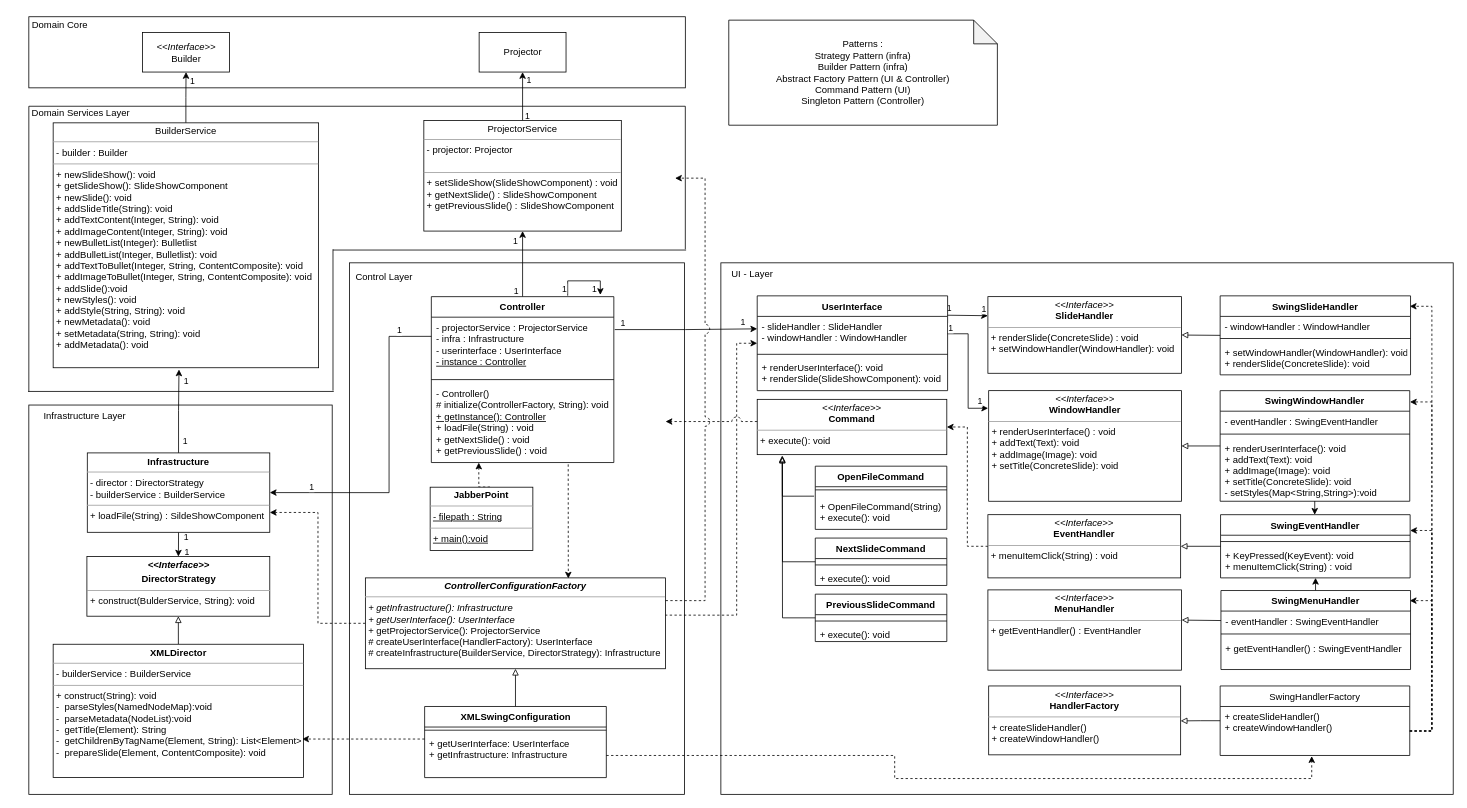
Earlier version of the draw.io diagram Diagrams/NewDesign/Design without feature/LayersDesign.drawio (maartendekker1998/OU_jabberpoint). Source tidied: cells renumbered, new cells numbered last; positions are measured from the earlier drawing's top-left corner, leaving out a move shared by most shapes. Both pictures are drawn from the tidied source at 79%, with x=0, y=0 at pixel (13, 13).
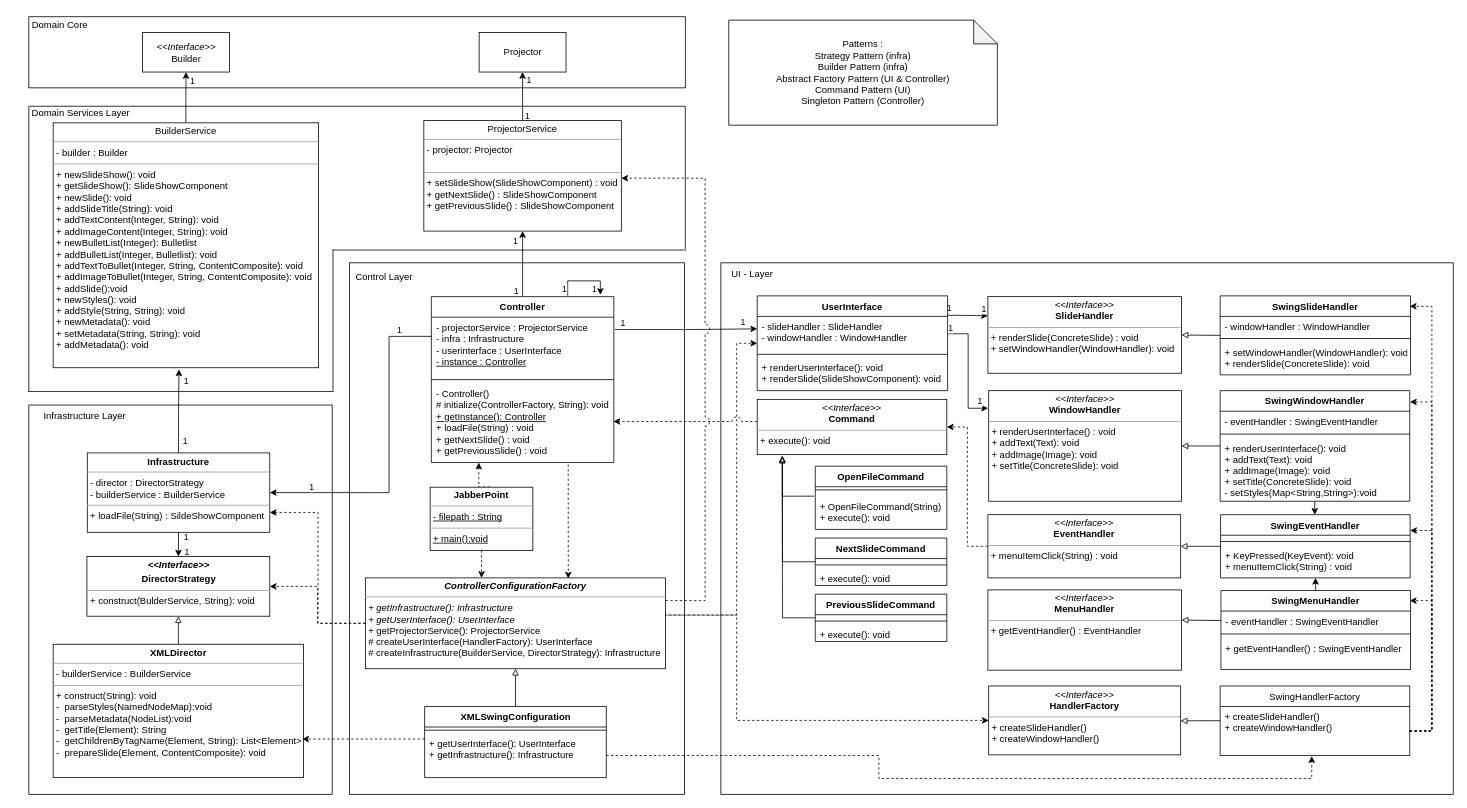
Above is the later version.

Unchanged cells that the change refers to:
```xml
<mxCell id="28" value="&lt;p style=&quot;margin:0px;margin-top:4px;text-align:center;&quot;&gt;ProjectorService&lt;/p&gt;&lt;hr size=&quot;1&quot;&gt;&lt;p style=&quot;margin:0px;margin-left:4px;&quot;&gt;- projector: Projector&lt;/p&gt;&lt;p style=&quot;margin:0px;margin-left:4px;&quot;&gt;&lt;br&gt;&lt;/p&gt;&lt;hr size=&quot;1&quot;&gt;&lt;p style=&quot;margin:0px;margin-left:4px;&quot;&gt;+ setSlideShow(SlideShowComponent) : void&lt;/p&gt;&lt;p style=&quot;margin:0px;margin-left:4px;&quot;&gt;+ getNextSlide() : SlideShowComponent&lt;/p&gt;&lt;p style=&quot;margin:0px;margin-left:4px;&quot;&gt;+ getPreviousSlide() : SlideShowComponent&lt;/p&gt;" style="verticalAlign=top;align=left;overflow=fill;fontSize=12;fontFamily=Helvetica;html=1;" parent="1" vertex="1">
  <mxGeometry x="519" y="135" width="250" height="140" as="geometry" />
</mxCell>
<mxCell id="68" value="&lt;p style=&quot;margin:0px;margin-top:4px;text-align:center;&quot;&gt;&lt;b&gt;&lt;i&gt;&amp;lt;&amp;lt;Interface&amp;gt;&amp;gt;&lt;/i&gt;&lt;/b&gt;&lt;/p&gt;&lt;p style=&quot;margin:0px;margin-top:4px;text-align:center;&quot;&gt;&lt;b&gt;DirectorStrategy&lt;/b&gt;&lt;/p&gt;&lt;hr size=&quot;1&quot;&gt;&lt;p style=&quot;margin:0px;margin-left:4px;&quot;&gt;&lt;/p&gt;&lt;p style=&quot;margin:0px;margin-left:4px;&quot;&gt;&lt;span style=&quot;background-color: initial;&quot;&gt;+ construct(BulderService, String): void&lt;/span&gt;&lt;/p&gt;" style="verticalAlign=top;align=left;overflow=fill;fontSize=12;fontFamily=Helvetica;html=1;" parent="1" vertex="1">
  <mxGeometry x="92.5" y="687" width="231.5" height="75.5" as="geometry" />
</mxCell>
<mxCell id="71" value="&lt;p style=&quot;margin:0px;margin-top:4px;text-align:center;&quot;&gt;&lt;i&gt;&amp;lt;&amp;lt;Interface&amp;gt;&amp;gt;&lt;/i&gt;&lt;br&gt;&lt;b&gt;HandlerFactory&lt;/b&gt;&lt;/p&gt;&lt;hr size=&quot;1&quot;&gt;&lt;p style=&quot;margin:0px;margin-left:4px;&quot;&gt;&lt;span style=&quot;background-color: initial;&quot;&gt;+ createSlideHandler()&lt;/span&gt;&lt;br&gt;&lt;/p&gt;&lt;p style=&quot;margin:0px;margin-left:4px;&quot;&gt;+ createWindowHandler()&lt;/p&gt;" style="verticalAlign=top;align=left;overflow=fill;fontSize=12;fontFamily=Helvetica;html=1;" parent="1" vertex="1">
  <mxGeometry x="1234" y="850.8" width="243" height="87.2" as="geometry" />
</mxCell>
<mxCell id="78" value="+ createSlideHandler()&#10;+ createWindowHandler()" style="text;strokeColor=none;fillColor=none;align=left;verticalAlign=top;spacingLeft=4;spacingRight=4;overflow=hidden;points=[[0,0.5],[1,0.5]];portConstraint=eastwest;" parent="77" vertex="1">
  <mxGeometry y="26" width="240" height="62" as="geometry" />
</mxCell>
<mxCell id="90" value="&lt;p style=&quot;margin:0px;margin-top:4px;text-align:center;&quot;&gt;&lt;b&gt;&lt;i&gt;ControllerConfigurationFactory&lt;/i&gt;&lt;/b&gt;&lt;/p&gt;&lt;hr size=&quot;1&quot;&gt;&lt;p style=&quot;margin:0px;margin-left:4px;&quot;&gt;&lt;/p&gt;&lt;p style=&quot;margin:0px;margin-left:4px;&quot;&gt;&lt;i&gt;+ getInfrastructure(): Infrastructure&lt;/i&gt;&lt;/p&gt;&lt;p style=&quot;margin:0px;margin-left:4px;&quot;&gt;&lt;i&gt;+ getUserInterface(): UserInterface&lt;/i&gt;&lt;/p&gt;&lt;p style=&quot;margin:0px;margin-left:4px;&quot;&gt;+ getProjectorService(): ProjectorService&lt;/p&gt;&lt;p style=&quot;margin:0px;margin-left:4px;&quot;&gt;# createUserInterface(HandlerFactory): UserInterface&lt;/p&gt;&lt;p style=&quot;margin:0px;margin-left:4px;&quot;&gt;# createInfrastructure(BuilderService, DirectorStrategy): Infrastructure&lt;/p&gt;" style="verticalAlign=top;align=left;overflow=fill;fontSize=12;fontFamily=Helvetica;html=1;" parent="1" vertex="1">
  <mxGeometry x="445" y="714" width="380" height="115" as="geometry" />
</mxCell>
<mxCell id="94" value="XMLSwingConfiguration" style="swimlane;fontStyle=1;align=center;verticalAlign=top;horizontal=1;startSize=26;html=1;" parent="1" vertex="1">
  <mxGeometry x="520" y="876.8" width="230" height="90" as="geometry" />
</mxCell>
<mxCell id="97" value="&lt;p style=&quot;margin:0px;margin-top:4px;text-align:center;&quot;&gt;&lt;b style=&quot;background-color: initial;&quot;&gt;JabberPoint&lt;/b&gt;&lt;br&gt;&lt;/p&gt;&lt;hr size=&quot;1&quot;&gt;&lt;p style=&quot;margin:0px;margin-left:4px;&quot;&gt;&lt;u&gt;- filepath : String&lt;/u&gt;&lt;/p&gt;&lt;hr size=&quot;1&quot;&gt;&lt;p style=&quot;margin:0px;margin-left:4px;&quot;&gt;&lt;span style=&quot;background-color: initial;&quot;&gt;&lt;u&gt;+ main():void&lt;/u&gt;&lt;/span&gt;&lt;/p&gt;" style="verticalAlign=top;align=left;overflow=fill;fontSize=12;fontFamily=Helvetica;html=1;" parent="1" vertex="1">
  <mxGeometry x="527" y="599.2" width="130" height="80" as="geometry" />
</mxCell>
```

Change to the diagram source:
```diff
@@
+    <mxCell id="129" style="edgeStyle=orthogonalEdgeStyle;rounded=0;jettySize=auto;html=1;entryX=0;entryY=0.5;entryDx=0;entryDy=0;dashed=1;" parent="1" edge="1" target="71">
+      <mxGeometry relative="1" as="geometry">
+        <mxPoint x="825" y="758" as="sourcePoint" />
+        <Array as="points">
+          <mxPoint x="825" y="761" />
+          <mxPoint x="915" y="761" />
+          <mxPoint x="915" y="894" />
+        </Array>
+      </mxGeometry>
+    </mxCell>
+    <mxCell id="130" style="edgeStyle=orthogonalEdgeStyle;rounded=0;jettySize=auto;html=1;entryX=1;entryY=0.5;entryDx=0;entryDy=0;dashed=1;" parent="1" edge="1" source="90" target="68">
+      <mxGeometry relative="1" as="geometry" />
+    </mxCell>
@@
     <mxCell id="92" style="edgeStyle=orthogonalEdgeStyle;rounded=0;jettySize=auto;html=1;entryX=0.483;entryY=1.014;entryDx=0;entryDy=0;entryPerimeter=0;dashed=1;startArrow=none;startFill=0;endArrow=classic;endFill=1;exitX=1;exitY=0.5;exitDx=0;exitDy=0;" parent="1" edge="1" source="96" target="78">
       <mxGeometry relative="1" as="geometry">
         <Array as="points">
-          <mxPoint x="1115" y="939" />
-          <mxPoint x="1115" y="968" />
+          <mxPoint x="1095" y="939" />
+          <mxPoint x="1095" y="968" />
           <mxPoint x="1643" y="968" />
         </Array>
       </mxGeometry>
     </mxCell>
@@
-    <mxCell id="96" value="+ getUserInterface: UserInterface&lt;br&gt;+ getInfrastructure: Infrastructure" style="text;strokeColor=none;fillColor=none;align=left;verticalAlign=top;spacingLeft=4;spacingRight=4;overflow=hidden;points=[[0,0.5],[1,0.5]];portConstraint=eastwest;html=1;" parent="94" vertex="1">
+    <mxCell id="96" value="+ getUserInterface(): UserInterface&lt;br&gt;+ getInfrastructure(): Infrastructure" style="text;strokeColor=none;fillColor=none;align=left;verticalAlign=top;spacingLeft=4;spacingRight=4;overflow=hidden;points=[[0,0.5],[1,0.5]];portConstraint=eastwest;html=1;" parent="94" vertex="1">
       <mxGeometry y="34" width="230" height="56" as="geometry" />
     </mxCell>
+    <mxCell id="131" style="edgeStyle=orthogonalEdgeStyle;rounded=0;jettySize=auto;html=1;entryX=0.387;entryY=0;entryDx=0;entryDy=0;entryPerimeter=0;dashed=1;" parent="1" edge="1" source="97" target="90">
+      <mxGeometry relative="1" as="geometry" />
+    </mxCell>
@@
-    <mxCell id="114" style="edgeStyle=orthogonalEdgeStyle;rounded=0;orthogonalLoop=1;jettySize=auto;html=1;entryX=1;entryY=0.313;entryDx=0;entryDy=0;entryPerimeter=0;startArrow=none;startFill=0;endArrow=classic;endFill=1;jumpStyle=arc;dashed=1;jumpSize=12;" parent="1" edge="1">
+    <mxCell id="114" style="edgeStyle=orthogonalEdgeStyle;rounded=0;orthogonalLoop=1;jettySize=auto;html=1;startArrow=none;startFill=0;endArrow=classic;endFill=1;jumpStyle=arc;dashed=1;jumpSize=12;" parent="1" edge="1">
       <mxGeometry relative="1" as="geometry">
         <mxPoint x="941" y="516.1" as="sourcePoint" />
-        <mxPoint x="825" y="516.1" as="targetPoint" />
+        <mxPoint x="759" y="516" as="targetPoint" />
         <Array as="points">
           <mxPoint x="935" y="516" />
         </Array>
       </mxGeometry>
     </mxCell>
@@
-    <mxCell id="118" style="edgeStyle=orthogonalEdgeStyle;rounded=0;jettySize=auto;html=1;entryX=1;entryY=0.5;entryDx=0;entryDy=0;dashed=1;startArrow=none;startFill=0;endArrow=classic;endFill=1;exitX=1;exitY=0.25;exitDx=0;exitDy=0;jumpStyle=arc;jumpSize=12;" parent="1" edge="1" source="90">
+    <mxCell id="118" style="edgeStyle=orthogonalEdgeStyle;rounded=0;jettySize=auto;html=1;dashed=1;startArrow=none;startFill=0;endArrow=classic;endFill=1;exitX=1;exitY=0.25;exitDx=0;exitDy=0;jumpStyle=arc;jumpSize=12;" parent="1" edge="1" source="90" target="28">
       <mxGeometry relative="1" as="geometry">
-        <mxPoint x="837" y="208" as="targetPoint" />
         <Array as="points">
           <mxPoint x="875" y="743" />
           <mxPoint x="875" y="208" />
         </Array>
       </mxGeometry>
     </mxCell>
```
